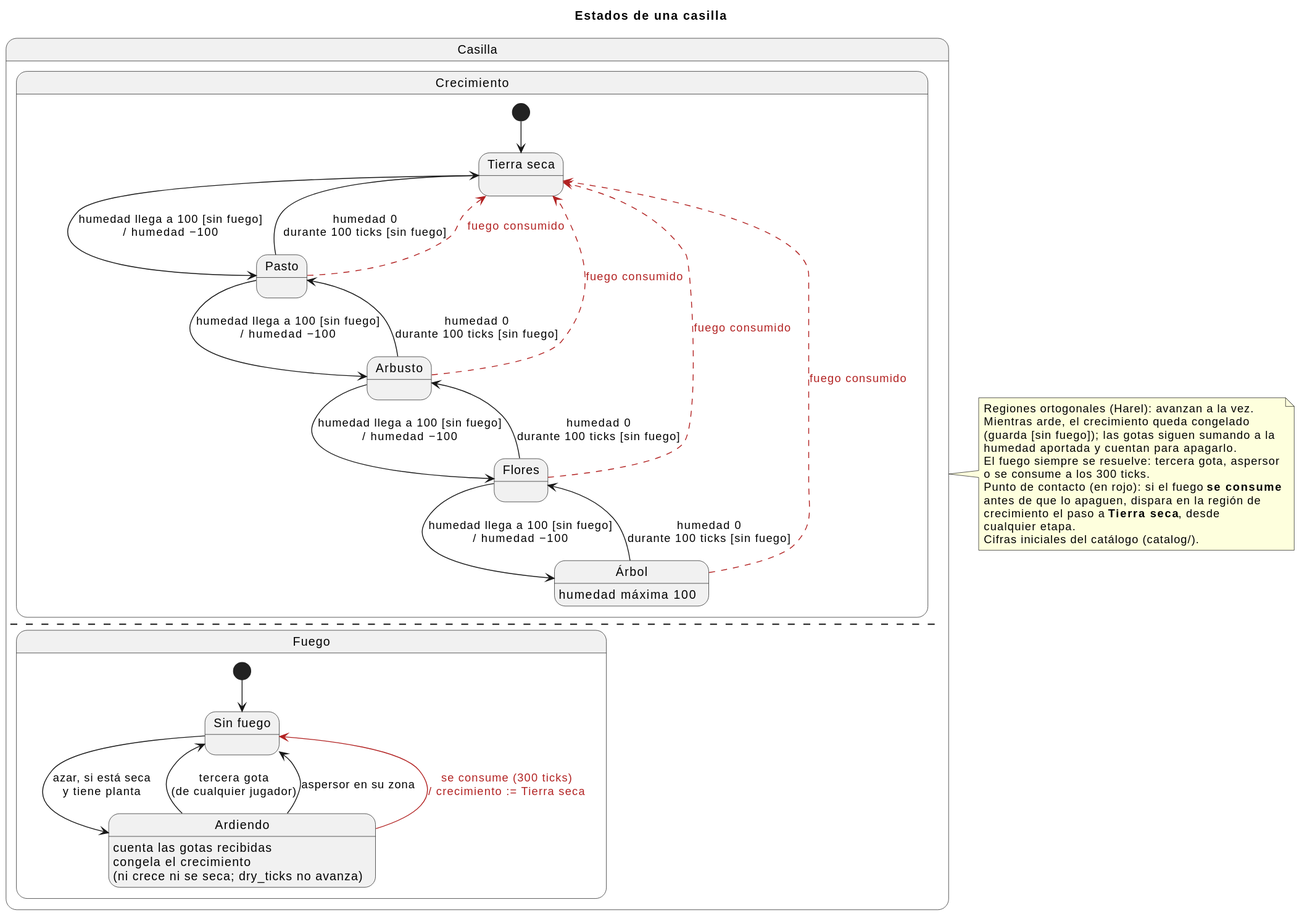
Earlier version of the PlantUML export docs/diagrams/05-estados-casilla.svg (iadev2005/hydrovalley).
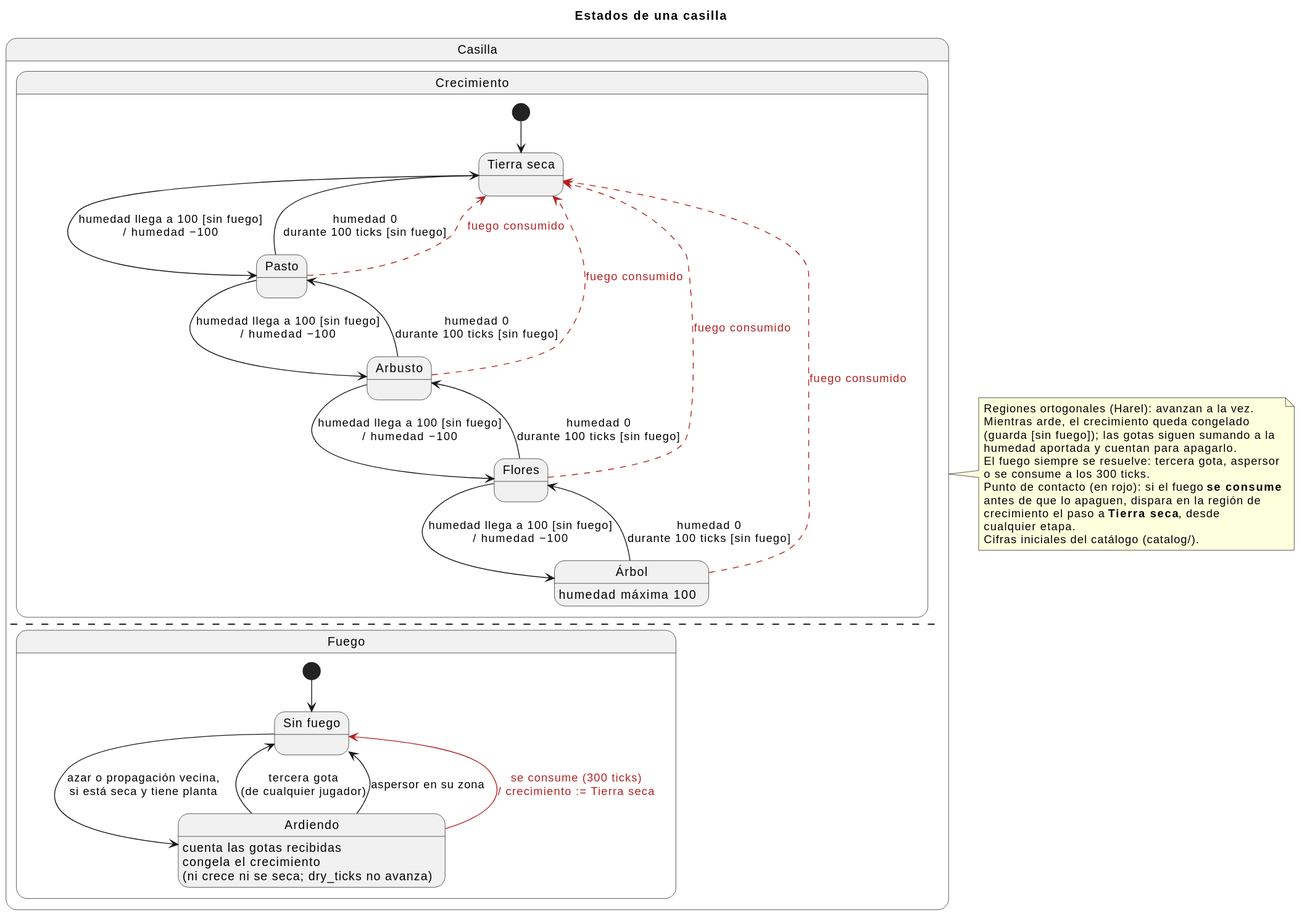
The same diagram one commit later.

Commit message:
docs(diagrams): regenerate the tile states SVG

Diff of the diagram source:
```diff
@@ -32,7 +32,7 @@
     Ardiendo : congela el crecimiento\n(ni crece ni se seca; dry_ticks no avanza)
 
     [*] --> SinFuego
-    SinFuego --> Ardiendo : azar, si está seca\ny tiene planta
+    SinFuego --> Ardiendo : azar o propagación vecina,\nsi está seca y tiene planta
     Ardiendo --> SinFuego : tercera gota\n(de cualquier jugador)
     Ardiendo --> SinFuego : aspersor en su zona
     Ardiendo -[#B22222]-> SinFuego : <color:#B22222>se consume (300 ticks)</color>\n<color:#B22222>/ crecimiento := Tierra seca</color>
```
